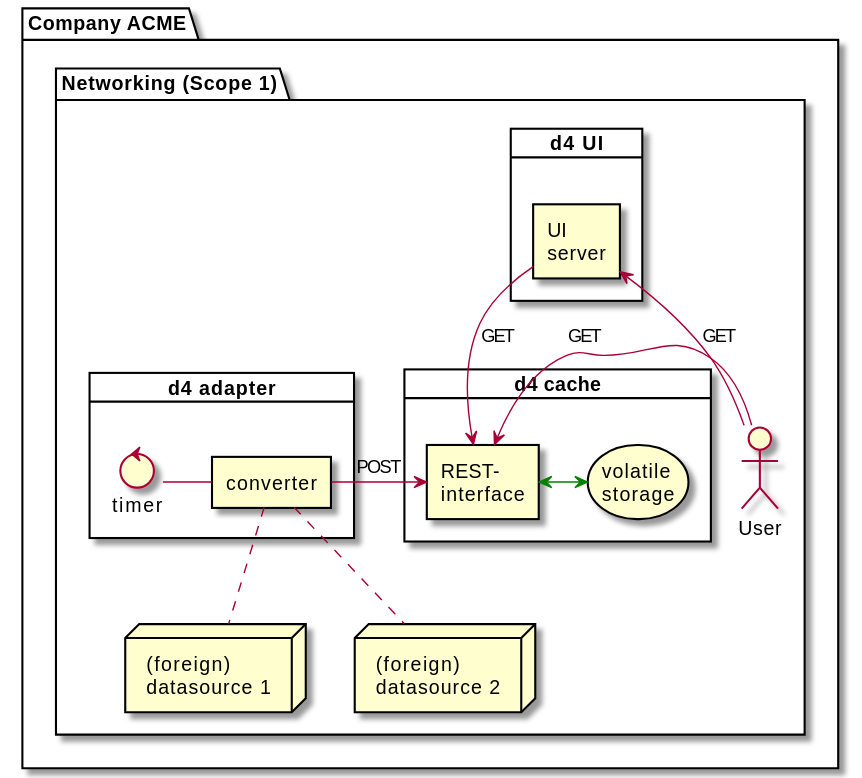
smart-energy-di/d4 keeps this PlantUML diagram as docs/deployment/plantuml/pictures/compay_acme_min05.svg. Above is the earlier version. Its diagram source:
```plantuml
@startuml
!include include/d4_inc_scope.puml

package ca as "Company ACME" {
    $d4scope(ca, scp1, "Networking (Scope 1)", $show_ds1=true, $show_ds2=true, $show_ds3=false, $show_rproxy=false, $show_cache=true, $show_ui=true, $show_adpt=true)
}



@enduml
```
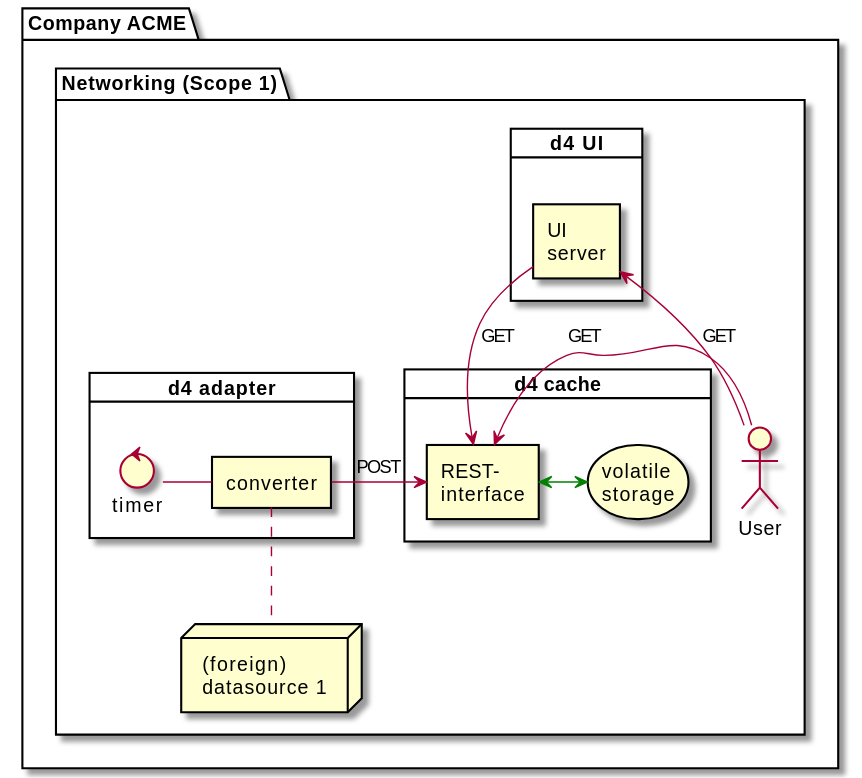
Later version of the same file.

What changed in the source:
```diff
@@ -2,7 +2,7 @@
 !include include/d4_inc_scope.puml
 
 package ca as "Company ACME" {
-    $d4scope(ca, scp1, "Networking (Scope 1)", $show_ds1=true, $show_ds2=true, $show_ds3=false, $show_rproxy=false, $show_cache=true, $show_ui=true, $show_adpt=true)
+    $d4scope(ca, scp1, "Networking (Scope 1)", $show_ds1=true, $show_ds2=false, $show_ds3=false, $show_rproxy=false, $show_cache=true, $show_ui=true, $show_adpt=true)
 }
 
 
```
